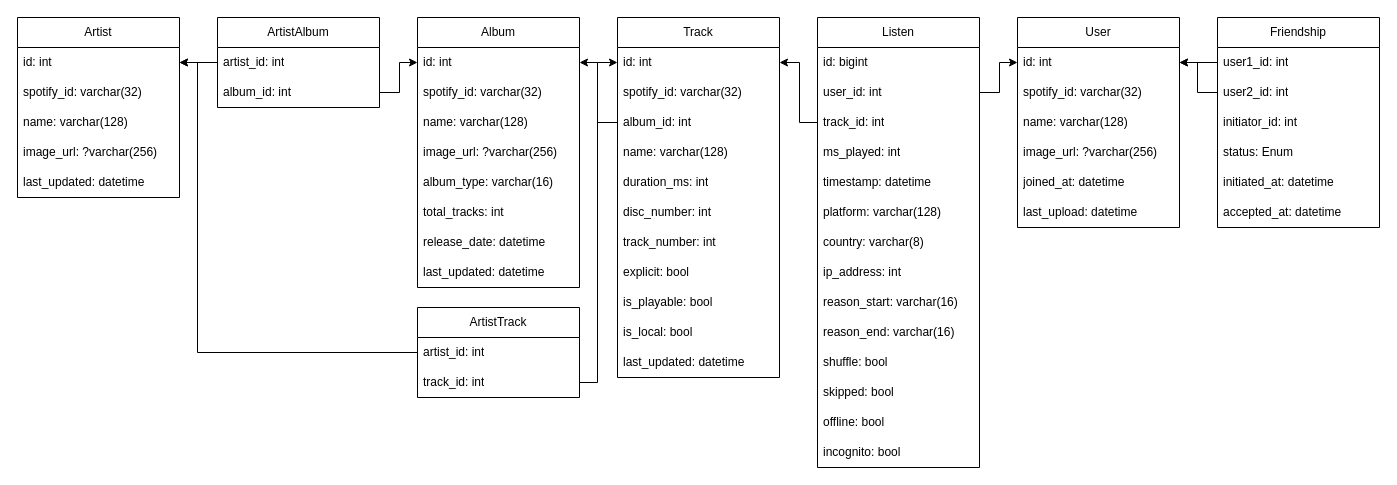
Earlier version of the draw.io diagram diagrams/database.drawio (Zancmok/KCSpotifyAnalyzer). Source tidied: cells renumbered, new cells numbered last; positions are measured from the earlier drawing's top-left corner, leaving out a move shared by most shapes. Both pictures are drawn from the tidied source at 100%, with x=0, y=0 at pixel (17, 17).
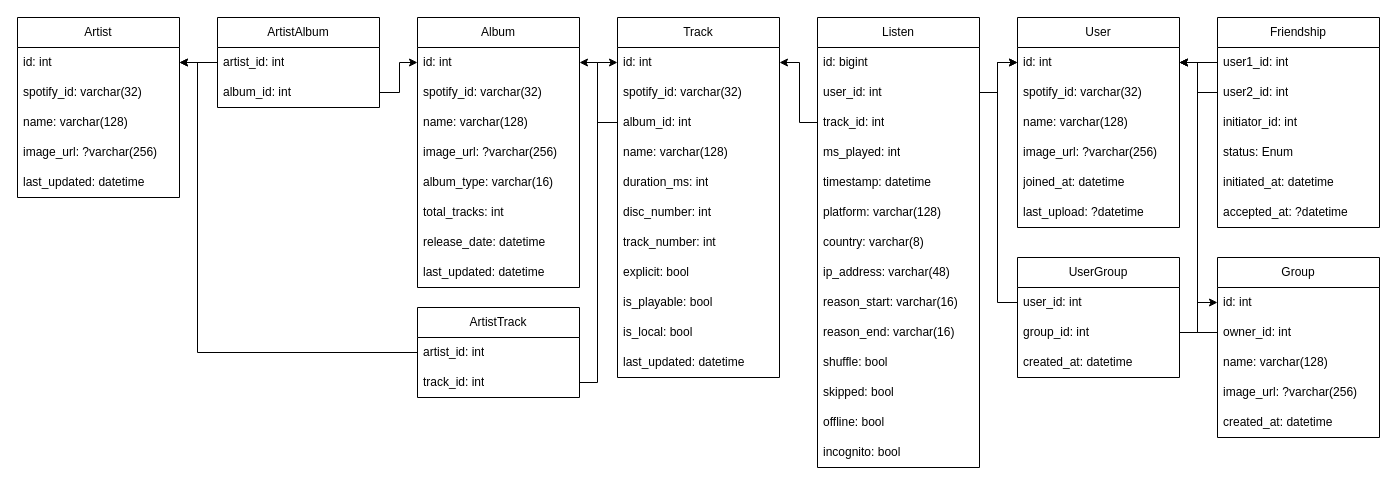
Above is the later version.

Unchanged cells that the change refers to:
```xml
<mxCell id="2" value="User" style="swimlane;fontStyle=0;horizontal=1;startSize=30;whiteSpace=wrap;html=1;" parent="1" vertex="1">
  <mxGeometry x="1000" width="162" height="210" as="geometry" />
</mxCell>
<mxCell id="3" value="id: int" style="text;strokeColor=none;fillColor=none;align=left;verticalAlign=middle;spacingLeft=4;spacingRight=4;overflow=hidden;points=[[0,0.5],[1,0.5]];portConstraint=eastwest;whiteSpace=wrap;html=1;" parent="2" vertex="1">
  <mxGeometry y="30" width="162" height="30" as="geometry" />
</mxCell>
<mxCell id="9" value="Friendship" style="swimlane;fontStyle=0;horizontal=1;startSize=30;whiteSpace=wrap;html=1;" parent="1" vertex="1">
  <mxGeometry x="1200" width="162" height="210" as="geometry" />
</mxCell>
<mxCell id="18" value="Listen" style="swimlane;fontStyle=0;horizontal=1;startSize=30;whiteSpace=wrap;html=1;" parent="1" vertex="1">
  <mxGeometry x="800" width="162" height="450" as="geometry" />
</mxCell>
<mxCell id="20" value="user_id: int" style="text;strokeColor=none;fillColor=none;align=left;verticalAlign=middle;spacingLeft=4;spacingRight=4;overflow=hidden;points=[[0,0.5],[1,0.5]];portConstraint=eastwest;whiteSpace=wrap;html=1;" parent="18" vertex="1">
  <mxGeometry y="60" width="162" height="30" as="geometry" />
</mxCell>
```

Diff of the diagram source:
```diff
@@
-    <mxCell id="8" value="last_upload: datetime" style="text;strokeColor=none;fillColor=none;align=left;verticalAlign=middle;spacingLeft=4;spacingRight=4;overflow=hidden;whiteSpace=wrap;html=1;" parent="2" vertex="1">
+    <mxCell id="8" value="last_upload: ?datetime" style="text;strokeColor=none;fillColor=none;align=left;verticalAlign=middle;spacingLeft=4;spacingRight=4;overflow=hidden;whiteSpace=wrap;html=1;" parent="2" vertex="1">
       <mxGeometry y="180" width="162" height="30" as="geometry" />
     </mxCell>
@@
-    <mxCell id="15" value="accepted_at: datetime" style="text;strokeColor=none;fillColor=none;align=left;verticalAlign=middle;spacingLeft=4;spacingRight=4;overflow=hidden;whiteSpace=wrap;html=1;" parent="9" vertex="1">
+    <mxCell id="15" value="accepted_at: ?datetime" style="text;strokeColor=none;fillColor=none;align=left;verticalAlign=middle;spacingLeft=4;spacingRight=4;overflow=hidden;whiteSpace=wrap;html=1;" parent="9" vertex="1">
       <mxGeometry y="180" width="162" height="30" as="geometry" />
     </mxCell>
@@
-    <mxCell id="26" value="ip_address: int" style="text;strokeColor=none;fillColor=none;align=left;verticalAlign=middle;spacingLeft=4;spacingRight=4;overflow=hidden;whiteSpace=wrap;html=1;" parent="18" vertex="1">
+    <mxCell id="26" value="ip_address: varchar(48)" style="text;strokeColor=none;fillColor=none;align=left;verticalAlign=middle;spacingLeft=4;spacingRight=4;overflow=hidden;whiteSpace=wrap;html=1;" parent="18" vertex="1">
       <mxGeometry y="240" width="162" height="30" as="geometry" />
     </mxCell>
@@
     <mxCell id="33" style="edgeStyle=orthogonalEdgeStyle;rounded=0;jettySize=auto;html=1;entryX=0;entryY=0.5;entryDx=0;entryDy=0;" parent="1" edge="1" source="20" target="3">
-      <mxGeometry relative="1" as="geometry" />
+      <mxGeometry relative="1" as="geometry">
+        <Array as="points">
+          <mxPoint x="980" y="75" />
+          <mxPoint x="980" y="45" />
+        </Array>
+      </mxGeometry>
     </mxCell>
@@
+    <mxCell id="73" value="Group" style="swimlane;fontStyle=0;horizontal=1;startSize=30;whiteSpace=wrap;html=1;" parent="1" vertex="1">
+      <mxGeometry x="1200" y="240" width="162" height="180" as="geometry" />
+    </mxCell>
+    <mxCell id="74" value="id: int" style="text;strokeColor=none;fillColor=none;align=left;verticalAlign=middle;spacingLeft=4;spacingRight=4;overflow=hidden;points=[[0,0.5],[1,0.5]];portConstraint=eastwest;whiteSpace=wrap;html=1;" parent="73" vertex="1">
+      <mxGeometry y="30" width="162" height="30" as="geometry" />
+    </mxCell>
+    <mxCell id="75" value="owner_id: int" style="text;strokeColor=none;fillColor=none;align=left;verticalAlign=middle;spacingLeft=4;spacingRight=4;overflow=hidden;points=[[0,0.5],[1,0.5]];portConstraint=eastwest;whiteSpace=wrap;html=1;" parent="73" vertex="1">
+      <mxGeometry y="60" width="162" height="30" as="geometry" />
+    </mxCell>
+    <mxCell id="76" value="name: varchar(128)" style="text;strokeColor=none;fillColor=none;align=left;verticalAlign=middle;spacingLeft=4;spacingRight=4;overflow=hidden;whiteSpace=wrap;html=1;" parent="73" vertex="1">
+      <mxGeometry y="90" width="162" height="30" as="geometry" />
+    </mxCell>
+    <mxCell id="77" value="image_url: ?varchar(256)" style="text;strokeColor=none;fillColor=none;align=left;verticalAlign=middle;spacingLeft=4;spacingRight=4;overflow=hidden;whiteSpace=wrap;html=1;" parent="73" vertex="1">
+      <mxGeometry y="120" width="162" height="30" as="geometry" />
+    </mxCell>
+    <mxCell id="78" value="created_at: datetime" style="text;strokeColor=none;fillColor=none;align=left;verticalAlign=middle;spacingLeft=4;spacingRight=4;overflow=hidden;whiteSpace=wrap;html=1;" parent="73" vertex="1">
+      <mxGeometry y="150" width="162" height="30" as="geometry" />
+    </mxCell>
+    <mxCell id="79" style="edgeStyle=orthogonalEdgeStyle;rounded=0;jettySize=auto;html=1;entryX=1;entryY=0.5;entryDx=0;entryDy=0;" parent="1" edge="1" source="75" target="3">
+      <mxGeometry relative="1" as="geometry">
+        <Array as="points">
+          <mxPoint x="1180" y="315" />
+          <mxPoint x="1180" y="45" />
+        </Array>
+      </mxGeometry>
+    </mxCell>
+    <mxCell id="80" value="UserGroup" style="swimlane;fontStyle=0;horizontal=1;startSize=30;whiteSpace=wrap;html=1;" parent="1" vertex="1">
+      <mxGeometry x="1000" y="240" width="162" height="120" as="geometry" />
+    </mxCell>
+    <mxCell id="81" value="user_id: int" style="text;strokeColor=none;fillColor=none;align=left;verticalAlign=middle;spacingLeft=4;spacingRight=4;overflow=hidden;points=[[0,0.5],[1,0.5]];portConstraint=eastwest;whiteSpace=wrap;html=1;" parent="80" vertex="1">
+      <mxGeometry y="30" width="162" height="30" as="geometry" />
+    </mxCell>
+    <mxCell id="82" value="group_id: int" style="text;strokeColor=none;fillColor=none;align=left;verticalAlign=middle;spacingLeft=4;spacingRight=4;overflow=hidden;points=[[0,0.5],[1,0.5]];portConstraint=eastwest;whiteSpace=wrap;html=1;" parent="80" vertex="1">
+      <mxGeometry y="60" width="162" height="30" as="geometry" />
+    </mxCell>
+    <mxCell id="83" value="created_at: datetime" style="text;strokeColor=none;fillColor=none;align=left;verticalAlign=middle;spacingLeft=4;spacingRight=4;overflow=hidden;whiteSpace=wrap;html=1;" parent="80" vertex="1">
+      <mxGeometry y="90" width="162" height="30" as="geometry" />
+    </mxCell>
+    <mxCell id="84" style="edgeStyle=orthogonalEdgeStyle;rounded=0;jettySize=auto;html=1;entryX=0;entryY=0.5;entryDx=0;entryDy=0;" parent="1" edge="1" source="82" target="74">
+      <mxGeometry relative="1" as="geometry">
+        <Array as="points">
+          <mxPoint x="1180" y="315" />
+          <mxPoint x="1180" y="285" />
+        </Array>
+      </mxGeometry>
+    </mxCell>
+    <mxCell id="85" style="edgeStyle=orthogonalEdgeStyle;rounded=0;jettySize=auto;html=1;entryX=0;entryY=0.5;entryDx=0;entryDy=0;" parent="1" edge="1" source="81" target="3">
+      <mxGeometry relative="1" as="geometry">
+        <Array as="points">
+          <mxPoint x="980" y="285" />
+          <mxPoint x="980" y="45" />
+        </Array>
+      </mxGeometry>
+    </mxCell>
```
